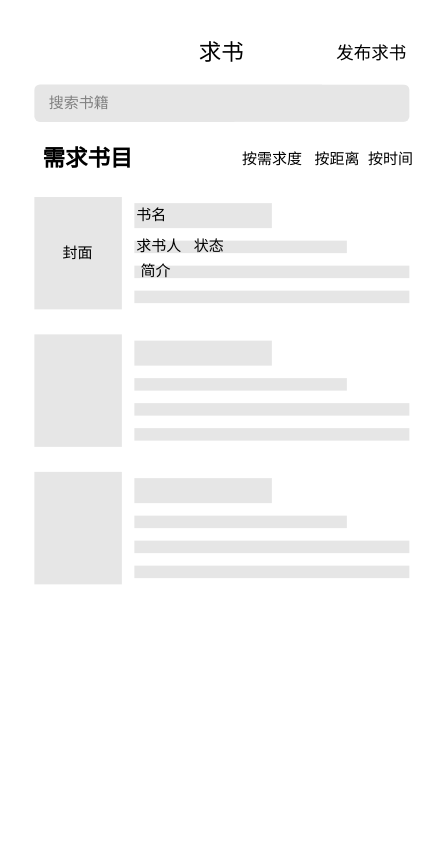
Above: page "心愿" (3 of 4) of design/Wireframes.drawio in New-Citizen-Program/WavePure (draw.io), before the change. Source tidied: cells renumbered, new cells numbered last; positions are measured from the earlier drawing's top-left corner, leaving out a move shared by most shapes. Both pictures are drawn from the tidied source at 125%, with x=0, y=0 at pixel (21, 21).
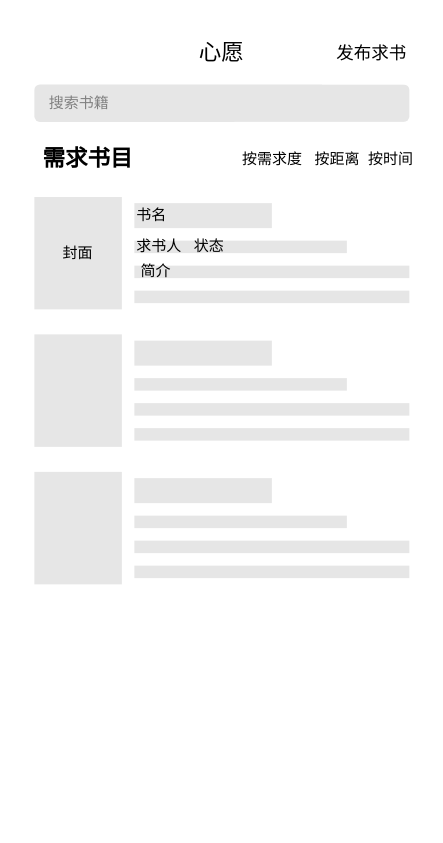
Above is the later version.

Change to the diagram source:
```diff
@@
-    <mxCell id="3" value="&lt;span style=&quot;font-size: 18px&quot;&gt;求书&lt;/span&gt;" style="rounded=0;whiteSpace=wrap;html=1;fillColor=#ffffff;strokeColor=none;" parent="1" vertex="1">
+    <mxCell id="3" value="&lt;span style=&quot;font-size: 18px&quot;&gt;心愿&lt;/span&gt;" style="rounded=0;whiteSpace=wrap;html=1;fillColor=#ffffff;strokeColor=none;" parent="1" vertex="1">
       <mxGeometry width="320" height="50" as="geometry" />
     </mxCell>
```
